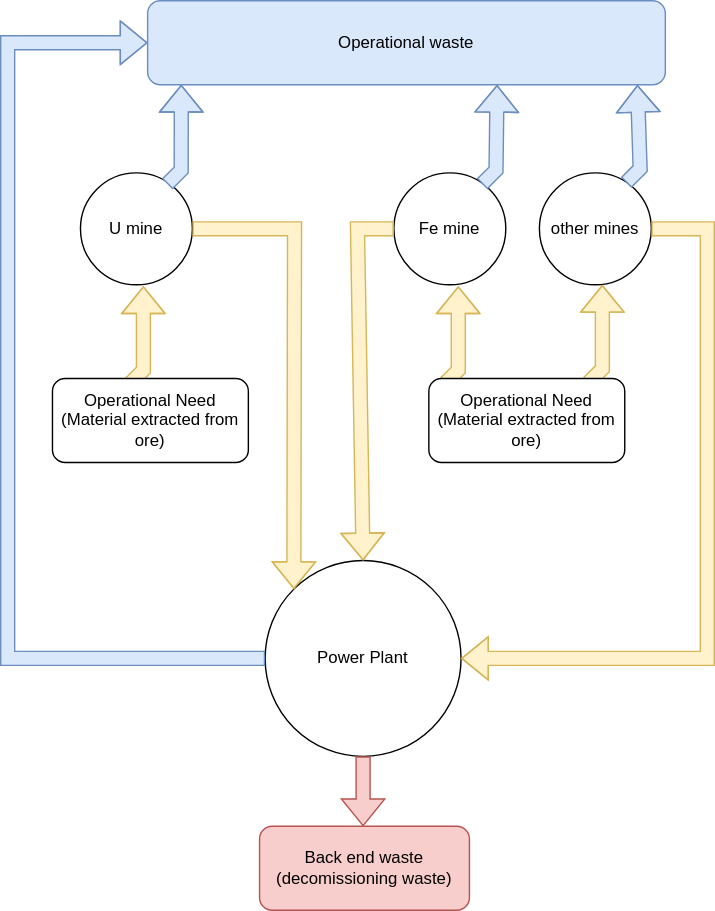
Before: plots/2.drawio.svg, a diagram exported from draw.io (di212/mining_waste). Source tidied: cells renumbered, new cells last; positions are measured from the earlier drawing's top-left corner, leaving out a move shared by most shapes. Its diagram source:
```xml
<mxGraphModel>
  <root>
    <mxCell id="0" />
    <mxCell id="1" parent="0" />
    <mxCell id="2" value="U mine" style="ellipse;whiteSpace=wrap;html=1;" parent="1" vertex="1">
      <mxGeometry x="52" y="123" width="80" height="80" as="geometry" />
    </mxCell>
    <mxCell id="3" value="Fe mine" style="ellipse;whiteSpace=wrap;html=1;" parent="1" vertex="1">
      <mxGeometry x="276" y="123" width="80" height="80" as="geometry" />
    </mxCell>
    <mxCell id="4" value="other mines" style="ellipse;whiteSpace=wrap;html=1;" parent="1" vertex="1">
      <mxGeometry x="380" y="123" width="80" height="80" as="geometry" />
    </mxCell>
    <mxCell id="5" style="shape=flexArrow;endArrow=classic;html=1;rounded=0;fillColor=#dae8fc;strokeColor=#6c8ebf;entryX=0.065;entryY=1;entryDx=0;entryDy=0;entryPerimeter=0;" parent="1" edge="1" target="8">
      <mxGeometry relative="1" as="geometry">
        <mxPoint x="114" y="131" as="sourcePoint" />
        <Array as="points">
          <mxPoint x="124" y="121" />
        </Array>
      </mxGeometry>
    </mxCell>
    <mxCell id="6" style="shape=flexArrow;endArrow=classic;html=1;rounded=0;fillColor=#dae8fc;strokeColor=#6c8ebf;entryX=0.675;entryY=1.002;entryDx=0;entryDy=0;entryPerimeter=0;" parent="1" edge="1" target="8">
      <mxGeometry relative="1" as="geometry">
        <mxPoint x="339" y="131" as="sourcePoint" />
        <Array as="points">
          <mxPoint x="349" y="121" />
        </Array>
      </mxGeometry>
    </mxCell>
    <mxCell id="7" style="shape=flexArrow;endArrow=classic;html=1;rounded=0;fillColor=#dae8fc;strokeColor=#6c8ebf;entryX=0.946;entryY=1.002;entryDx=0;entryDy=0;entryPerimeter=0;" parent="1" edge="1" target="8">
      <mxGeometry relative="1" as="geometry">
        <mxPoint x="442" y="130" as="sourcePoint" />
        <Array as="points">
          <mxPoint x="452" y="120" />
        </Array>
      </mxGeometry>
    </mxCell>
    <mxCell id="8" value="Operational waste" style="rounded=1;whiteSpace=wrap;html=1;fillColor=#dae8fc;strokeColor=#6c8ebf;" parent="1" vertex="1">
      <mxGeometry x="100" width="370" height="60" as="geometry" />
    </mxCell>
    <mxCell id="9" value="Power Plant" style="ellipse;whiteSpace=wrap;html=1;" parent="1" vertex="1">
      <mxGeometry x="184" y="400" width="140" height="140" as="geometry" />
    </mxCell>
    <mxCell id="10" style="shape=flexArrow;endArrow=classic;html=1;rounded=0;fillColor=#fff2cc;strokeColor=#d6b656;" parent="1" edge="1">
      <mxGeometry relative="1" as="geometry">
        <mxPoint x="87" y="274" as="sourcePoint" />
        <mxPoint x="97" y="204" as="targetPoint" />
        <Array as="points">
          <mxPoint x="97" y="264" />
        </Array>
      </mxGeometry>
    </mxCell>
    <mxCell id="11" style="shape=flexArrow;endArrow=classic;html=1;rounded=0;fillColor=#fff2cc;strokeColor=#d6b656;" parent="1" edge="1">
      <mxGeometry relative="1" as="geometry">
        <mxPoint x="312" y="274" as="sourcePoint" />
        <mxPoint x="322" y="204" as="targetPoint" />
        <Array as="points">
          <mxPoint x="322" y="264" />
        </Array>
      </mxGeometry>
    </mxCell>
    <mxCell id="12" style="shape=flexArrow;endArrow=classic;html=1;rounded=0;fillColor=#fff2cc;strokeColor=#d6b656;" parent="1" edge="1">
      <mxGeometry relative="1" as="geometry">
        <mxPoint x="415" y="273" as="sourcePoint" />
        <mxPoint x="425" y="203" as="targetPoint" />
        <Array as="points">
          <mxPoint x="425" y="263" />
        </Array>
      </mxGeometry>
    </mxCell>
    <mxCell id="13" value="Operational Need (Material extracted from ore)" style="rounded=1;whiteSpace=wrap;html=1;" parent="1" vertex="1">
      <mxGeometry x="301" y="270" width="140" height="60" as="geometry" />
    </mxCell>
    <mxCell id="14" value="Operational Need (Material extracted from ore)" style="rounded=1;whiteSpace=wrap;html=1;" parent="1" vertex="1">
      <mxGeometry x="32" y="270" width="140" height="60" as="geometry" />
    </mxCell>
    <mxCell id="15" style="shape=flexArrow;endArrow=classic;html=1;rounded=0;entryX=0;entryY=0.5;entryDx=0;entryDy=0;exitX=0;exitY=0.5;exitDx=0;exitDy=0;fillColor=#dae8fc;strokeColor=#6c8ebf;" parent="1" edge="1" source="9" target="8">
      <mxGeometry relative="1" as="geometry">
        <Array as="points">
          <mxPoint y="470" />
          <mxPoint y="30" />
        </Array>
      </mxGeometry>
    </mxCell>
    <mxCell id="16" style="shape=flexArrow;endArrow=classic;html=1;rounded=0;exitX=0.5;exitY=1;exitDx=0;exitDy=0;fillColor=#f8cecc;strokeColor=#b85450;" parent="1" edge="1" source="9">
      <mxGeometry relative="1" as="geometry">
        <mxPoint x="254" y="590" as="targetPoint" />
      </mxGeometry>
    </mxCell>
    <mxCell id="17" value="Back end waste (decomissioning waste)" style="rounded=1;whiteSpace=wrap;html=1;fillColor=#f8cecc;strokeColor=#b85450;" parent="1" vertex="1">
      <mxGeometry x="180" y="590" width="150" height="60" as="geometry" />
    </mxCell>
    <mxCell id="18" style="shape=flexArrow;endArrow=classic;html=1;rounded=0;exitX=1;exitY=0.5;exitDx=0;exitDy=0;entryX=0;entryY=0;entryDx=0;entryDy=0;fillColor=#fff2cc;strokeColor=#d6b656;" parent="1" edge="1" source="2" target="9">
      <mxGeometry relative="1" as="geometry">
        <Array as="points">
          <mxPoint x="205" y="163" />
        </Array>
      </mxGeometry>
    </mxCell>
    <mxCell id="19" style="shape=flexArrow;endArrow=classic;html=1;rounded=0;exitX=0;exitY=0.5;exitDx=0;exitDy=0;entryX=0.5;entryY=0;entryDx=0;entryDy=0;fillColor=#fff2cc;strokeColor=#d6b656;" parent="1" edge="1" source="3" target="9">
      <mxGeometry relative="1" as="geometry">
        <Array as="points">
          <mxPoint x="250" y="163" />
        </Array>
      </mxGeometry>
    </mxCell>
    <mxCell id="20" style="shape=flexArrow;endArrow=classic;html=1;rounded=0;exitX=1;exitY=0.5;exitDx=0;exitDy=0;entryX=1;entryY=0.5;entryDx=0;entryDy=0;fillColor=#fff2cc;strokeColor=#d6b656;" parent="1" edge="1" source="4" target="9">
      <mxGeometry relative="1" as="geometry">
        <Array as="points">
          <mxPoint x="500" y="163" />
          <mxPoint x="500" y="470" />
        </Array>
      </mxGeometry>
    </mxCell>
  </root>
</mxGraphModel>
```
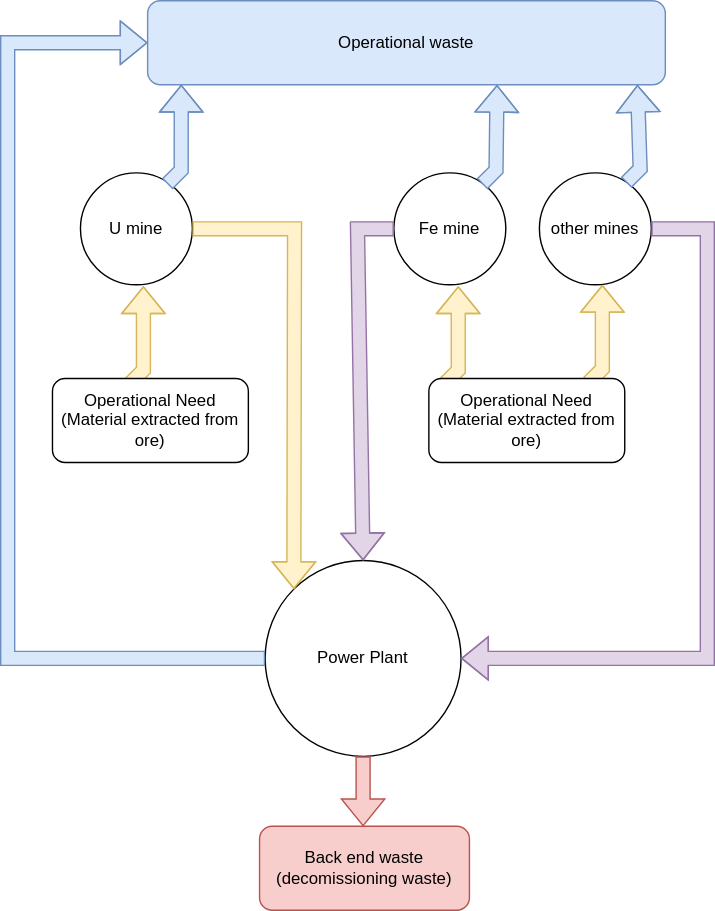
The same diagram one commit later.

Diff of the diagram source:
```diff
@@ -97,14 +97,14 @@
         </Array>
       </mxGeometry>
     </mxCell>
-    <mxCell id="19" style="shape=flexArrow;endArrow=classic;html=1;rounded=0;exitX=0;exitY=0.5;exitDx=0;exitDy=0;entryX=0.5;entryY=0;entryDx=0;entryDy=0;fillColor=#fff2cc;strokeColor=#d6b656;" parent="1" edge="1" source="3" target="9">
+    <mxCell id="19" style="shape=flexArrow;endArrow=classic;html=1;rounded=0;exitX=0;exitY=0.5;exitDx=0;exitDy=0;entryX=0.5;entryY=0;entryDx=0;entryDy=0;fillColor=#e1d5e7;strokeColor=#9673a6;" parent="1" edge="1" source="3" target="9">
       <mxGeometry relative="1" as="geometry">
         <Array as="points">
           <mxPoint x="250" y="163" />
         </Array>
       </mxGeometry>
     </mxCell>
-    <mxCell id="20" style="shape=flexArrow;endArrow=classic;html=1;rounded=0;exitX=1;exitY=0.5;exitDx=0;exitDy=0;entryX=1;entryY=0.5;entryDx=0;entryDy=0;fillColor=#fff2cc;strokeColor=#d6b656;" parent="1" edge="1" source="4" target="9">
+    <mxCell id="20" style="shape=flexArrow;endArrow=classic;html=1;rounded=0;exitX=1;exitY=0.5;exitDx=0;exitDy=0;entryX=1;entryY=0.5;entryDx=0;entryDy=0;fillColor=#e1d5e7;strokeColor=#9673a6;" parent="1" edge="1" source="4" target="9">
       <mxGeometry relative="1" as="geometry">
         <Array as="points">
           <mxPoint x="500" y="163" />
```
